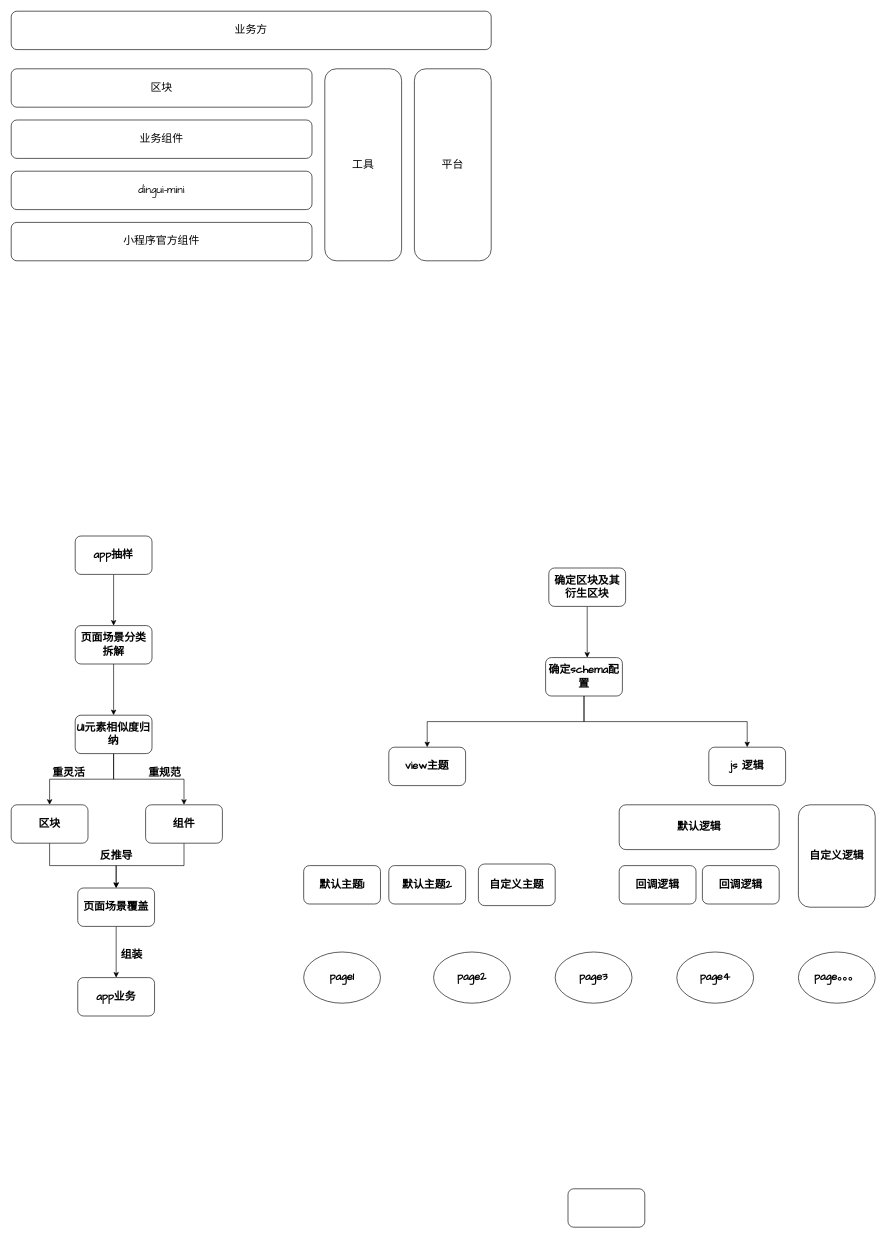
Earlier version of the draw.io diagram QQ号码测吉凶/pages/index/Untitled Diagram.drawio (JiayiLi/qq-is-good-or-bad). Source tidied: cells renumbered, new cells numbered last; positions are measured from the earlier drawing's top-left corner, leaving out a move shared by most shapes. Both pictures are drawn from the tidied source at 64%, with x=0, y=0 at pixel (11, 11).
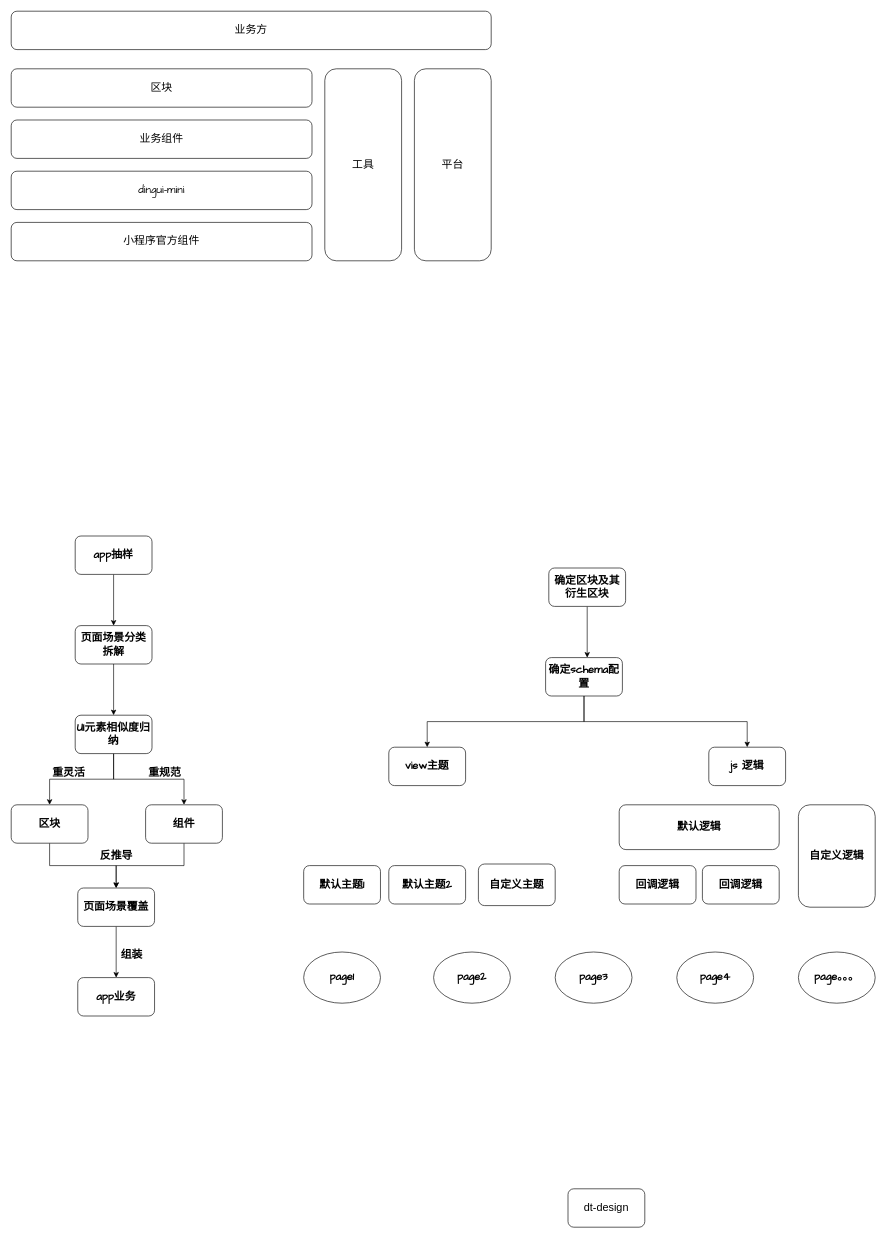
The same page after the edit.

Change to the diagram source:
```diff
@@
-    <mxCell id="47" style="rounded=1;whiteSpace=wrap;html=1;fontSize=17;" parent="1" vertex="1">
+    <mxCell id="47" value="dt-design" style="rounded=1;whiteSpace=wrap;html=1;fontSize=17;" parent="1" vertex="1">
       <mxGeometry x="870" y="1840" width="120" height="60" as="geometry" />
     </mxCell>
```
